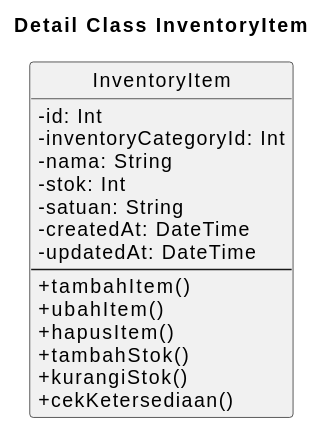
Earlier version of the PlantUML export docs/plantuml/detail-classes/detail-class-inventory-item.svg (janbu12/nemafi-be). Source of this version:
```plantuml
@startuml
title Detail Class InventoryItem

skinparam classAttributeIconSize 0
hide circle

class InventoryItem {
  - id: Int
  - inventoryCategoryId: Int
  - nama: String
  - stok: Int
  - satuan: String
  - createdAt: DateTime
  - updatedAt: DateTime
  --
  + tambahItem()
  + ubahItem()
  + hapusItem()
  + tambahStok()
  + kurangiStok()
  + cekKetersediaan()
}
@enduml
```
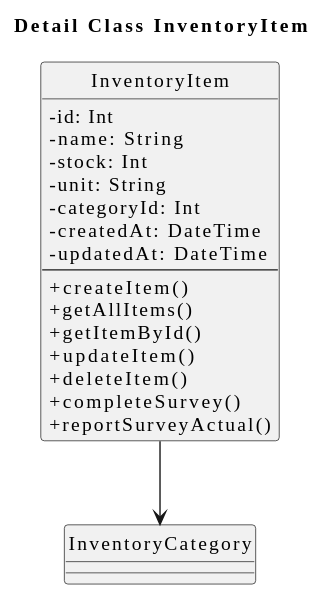
Later version of the same file.

Diff of the diagram source:
```diff
@@ -2,22 +2,27 @@
 title Detail Class InventoryItem
 
 skinparam classAttributeIconSize 0
+skinparam shadowing false
+skinparam defaultFontName "Times New Roman"
 hide circle
 
 class InventoryItem {
   - id: Int
-  - inventoryCategoryId: Int
-  - nama: String
-  - stok: Int
-  - satuan: String
+  - name: String
+  - stock: Int
+  - unit: String
+  - categoryId: Int
   - createdAt: DateTime
   - updatedAt: DateTime
   --
-  + tambahItem()
-  + ubahItem()
-  + hapusItem()
-  + tambahStok()
-  + kurangiStok()
-  + cekKetersediaan()
+  + createItem()
+  + getAllItems()
+  + getItemById()
+  + updateItem()
+  + deleteItem()
+  + completeSurvey()
+  + reportSurveyActual()
 }
+
+InventoryItem --> InventoryCategory
 @enduml
```
